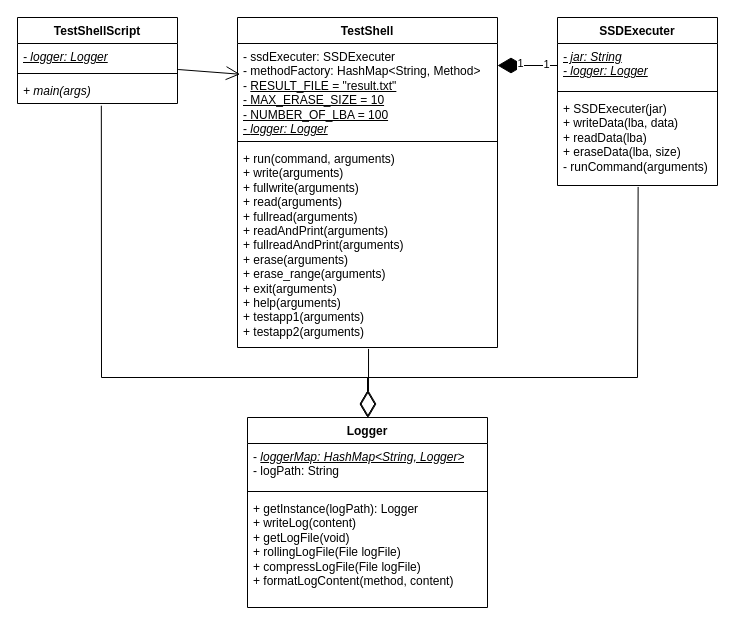
The draw.io diagram page "ClassDiagram-shell" (2 of 3) of src/main/resources/ClassDiagram.drawio in 24CRA-TeamB/SolidStateDrive, before the edit. Source tidied: cells renumbered, new cells numbered last; positions are measured from the earlier drawing's top-left corner, leaving out a move shared by most shapes. Both pictures are drawn from the tidied source at 100%, with x=0, y=0 at pixel (17, 17).
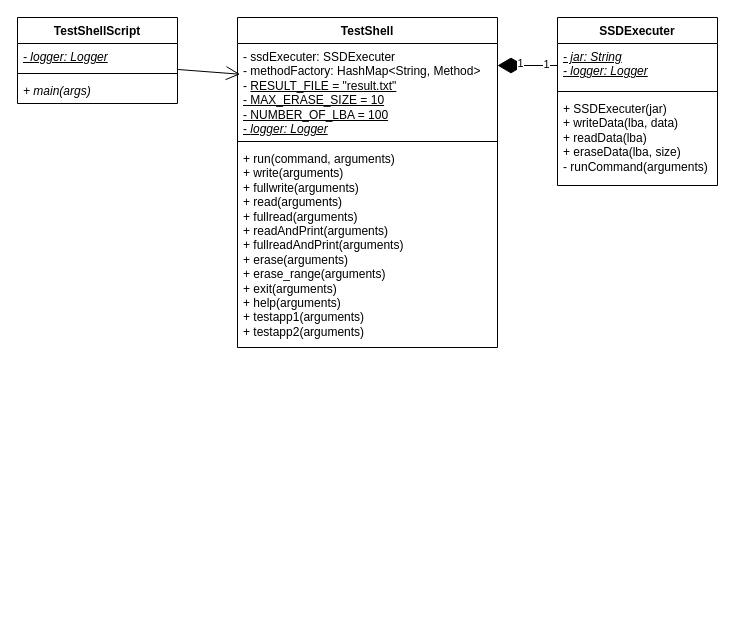
Above is the later version.

Commit message:
Logger ClassDiagram 분리

Unchanged cells that the change refers to:
```xml
<mxCell id="5" value="&lt;i&gt;+ main(args)&lt;/i&gt;" style="text;strokeColor=none;fillColor=none;align=left;verticalAlign=top;spacingLeft=4;spacingRight=4;overflow=hidden;points=[[0,0.5],[1,0.5]];portConstraint=eastwest;whiteSpace=wrap;html=1;" parent="2" vertex="1">
  <mxGeometry y="60" width="160" height="26" as="geometry" />
</mxCell>
<mxCell id="9" value="+ run(command, arguments)&lt;div&gt;+ write(arguments)&lt;/div&gt;&lt;div&gt;+ fullwrite(arguments)&lt;/div&gt;&lt;div&gt;+ read(arguments)&lt;/div&gt;&lt;div&gt;+ fullread(arguments)&lt;/div&gt;&lt;div&gt;+ readAndPrint(arguments)&lt;br&gt;&lt;/div&gt;&lt;div&gt;+ fullreadAndPrint(arguments)&lt;/div&gt;&lt;div&gt;+ erase(arguments)&lt;/div&gt;&lt;div&gt;+ erase_range(arguments)&lt;/div&gt;&lt;div&gt;+ exit(arguments)&lt;/div&gt;&lt;div&gt;+ help(arguments)&lt;/div&gt;&lt;div&gt;+ testapp1(arguments)&lt;/div&gt;&lt;div&gt;+ testapp2(arguments)&lt;/div&gt;" style="text;strokeColor=none;fillColor=none;align=left;verticalAlign=top;spacingLeft=4;spacingRight=4;overflow=hidden;points=[[0,0.5],[1,0.5]];portConstraint=eastwest;whiteSpace=wrap;html=1;" parent="6" vertex="1">
  <mxGeometry y="128" width="260" height="202" as="geometry" />
</mxCell>
<mxCell id="13" value="&lt;div&gt;+ SSDExecuter(jar)&lt;/div&gt;+ writeData(lba, data)&lt;div&gt;+ readData(lba)&lt;/div&gt;&lt;div&gt;+ eraseData(lba, size)&lt;/div&gt;&lt;div&gt;- runCommand(arguments)&lt;/div&gt;" style="text;strokeColor=none;fillColor=none;align=left;verticalAlign=top;spacingLeft=4;spacingRight=4;overflow=hidden;points=[[0,0.5],[1,0.5]];portConstraint=eastwest;whiteSpace=wrap;html=1;" parent="10" vertex="1">
  <mxGeometry y="78" width="160" height="90" as="geometry" />
</mxCell>
```

Diff of the diagram source:
```diff
@@
-    <mxCell id="17" value="Logger" style="swimlane;fontStyle=1;align=center;verticalAlign=top;horizontal=1;startSize=26;whiteSpace=wrap;html=1;" parent="1" vertex="1">
-      <mxGeometry x="230" y="400" width="240" height="190" as="geometry" />
-    </mxCell>
-    <mxCell id="18" value="- &lt;i&gt;&lt;u&gt;loggerMap: HashMap&amp;lt;String, Logger&amp;gt;&lt;/u&gt;&lt;/i&gt;&lt;div&gt;- logPath: String&lt;/div&gt;" style="text;strokeColor=none;fillColor=none;align=left;verticalAlign=top;spacingLeft=4;spacingRight=4;overflow=hidden;whiteSpace=wrap;html=1;" parent="17" vertex="1">
-      <mxGeometry y="26" width="240" height="44" as="geometry" />
-    </mxCell>
-    <mxCell id="19" style="line;strokeWidth=1;fillColor=none;align=left;verticalAlign=middle;spacingTop=-1;spacingLeft=3;spacingRight=3;labelPosition=right;strokeColor=inherit;" parent="17" vertex="1">
-      <mxGeometry y="70" width="240" height="8" as="geometry" />
-    </mxCell>
-    <mxCell id="20" value="+ getInstance(logPath): Logger&lt;div&gt;+ writeLog(content)&lt;/div&gt;&lt;div&gt;+ getLogFile(void)&lt;/div&gt;&lt;div&gt;+ rollingLogFile(File logFile)&lt;/div&gt;&lt;div&gt;+ compressLogFile(File logFile)&lt;/div&gt;&lt;div&gt;+ formatLogContent(method, content)&lt;/div&gt;" style="text;strokeColor=none;fillColor=none;align=left;verticalAlign=top;spacingLeft=4;spacingRight=4;overflow=hidden;whiteSpace=wrap;html=1;" parent="17" vertex="1">
-      <mxGeometry y="78" width="240" height="112" as="geometry" />
-    </mxCell>
-    <mxCell id="21" style="endArrow=diamondThin;endFill=0;endSize=24;html=1;rounded=0;exitX=0.524;exitY=1.085;exitDx=0;exitDy=0;exitPerimeter=0;entryX=0.5;entryY=0;entryDx=0;entryDy=0;" parent="1" edge="1" source="5" target="17">
-      <mxGeometry relative="1" as="geometry">
-        <Array as="points">
-          <mxPoint x="84" y="360" />
-          <mxPoint x="350" y="360" />
-        </Array>
-      </mxGeometry>
-    </mxCell>
-    <mxCell id="22" style="endArrow=diamondThin;endFill=0;endSize=24;html=1;rounded=0;exitX=0.504;exitY=1.007;exitDx=0;exitDy=0;exitPerimeter=0;" parent="1" edge="1" source="9">
-      <mxGeometry relative="1" as="geometry">
-        <mxPoint x="351" y="400" as="targetPoint" />
-      </mxGeometry>
-    </mxCell>
-    <mxCell id="23" style="endArrow=diamondThin;endFill=0;endSize=24;html=1;rounded=0;exitX=0.504;exitY=1.016;exitDx=0;exitDy=0;exitPerimeter=0;entryX=0.5;entryY=0;entryDx=0;entryDy=0;" parent="1" edge="1" source="13" target="17">
-      <mxGeometry relative="1" as="geometry">
-        <Array as="points">
-          <mxPoint x="620" y="360" />
-          <mxPoint x="350" y="360" />
-        </Array>
-      </mxGeometry>
-    </mxCell>
```
